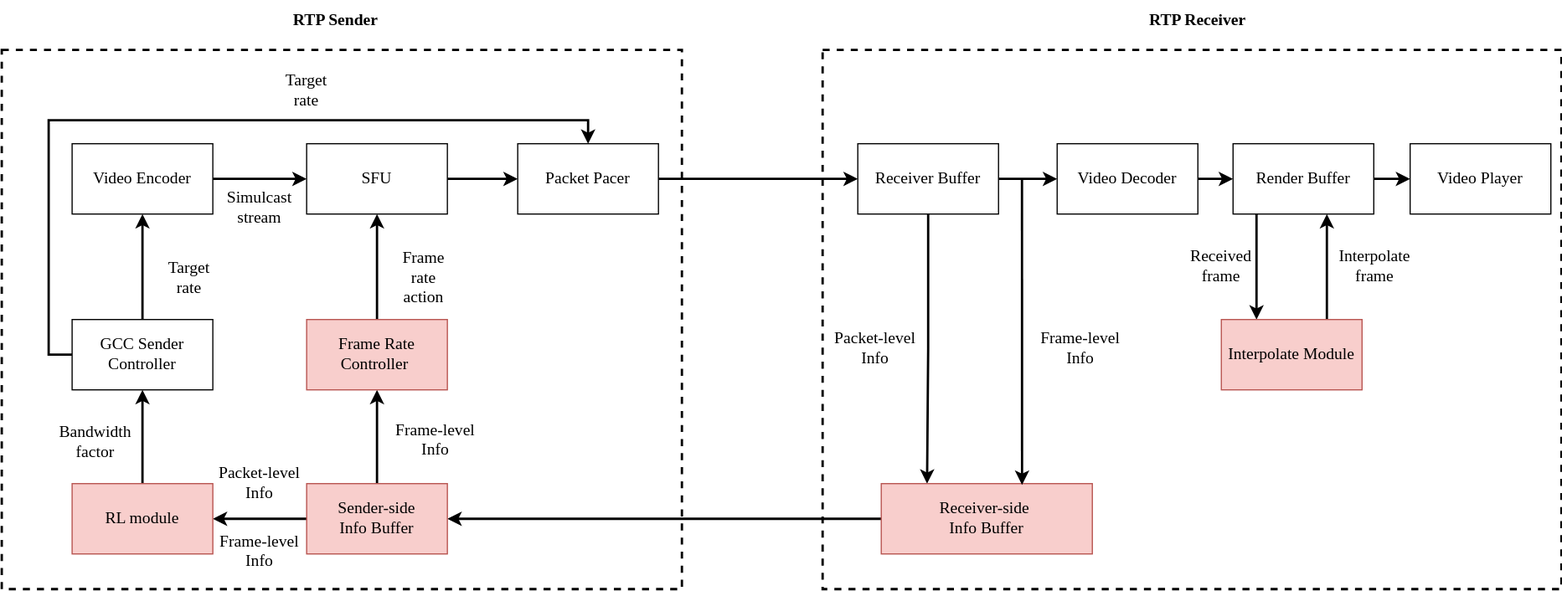
Before: system.drawio.svg, a diagram exported from draw.io (xiaosayin/c-educoder). Source tidied: cells renumbered, new cells last; positions are measured from the earlier drawing's top-left corner, leaving out a move shared by most shapes.
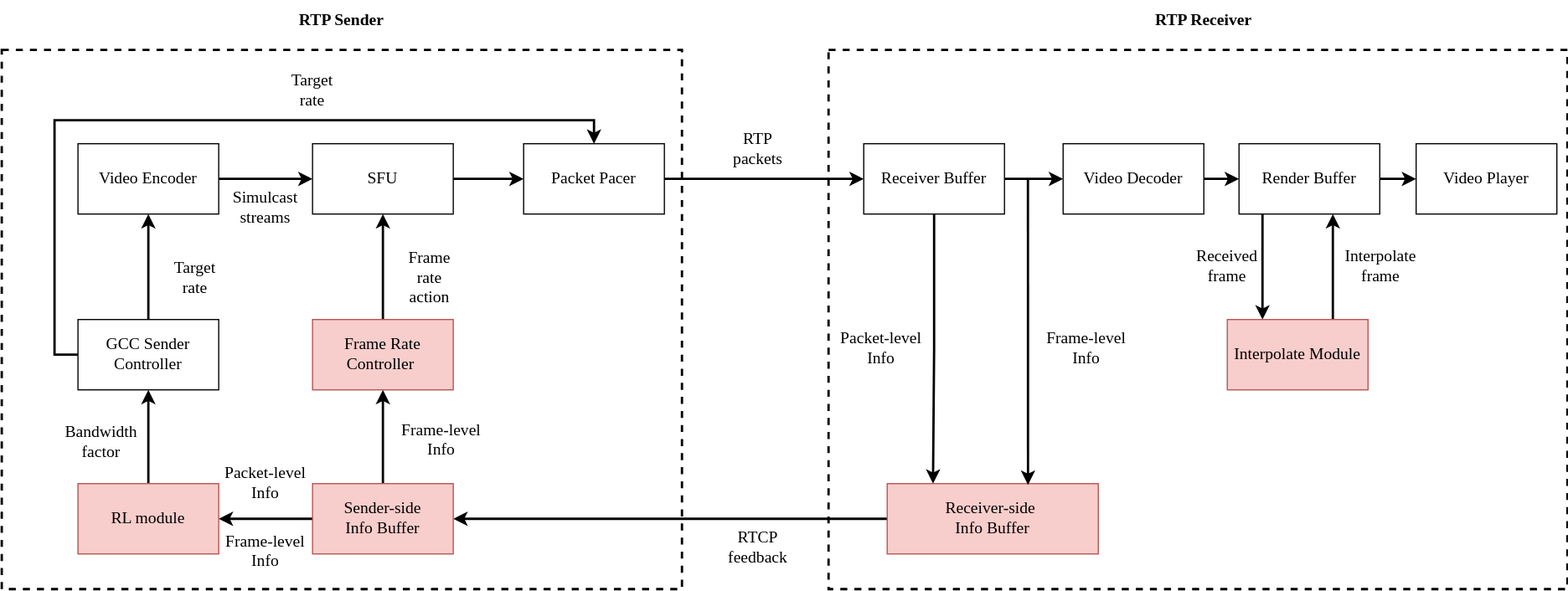
After the change.

Diff of the diagram source:
```diff
@@ -14,7 +14,7 @@
     <mxCell id="5" value="&lt;font face=&quot;Times New Roman&quot; style=&quot;font-size: 14px;&quot;&gt;SFU&lt;/font&gt;" style="rounded=0;whiteSpace=wrap;html=1;" parent="1" vertex="1">
       <mxGeometry x="260" y="120" width="120" height="60" as="geometry" />
     </mxCell>
-    <mxCell id="6" value="&lt;font style=&quot;font-size: 14px;&quot; face=&quot;Times New Roman&quot;&gt;Simulcast stream&lt;/font&gt;" style="text;html=1;strokeColor=none;fillColor=none;align=center;verticalAlign=middle;whiteSpace=wrap;rounded=0;" parent="1" vertex="1">
+    <mxCell id="6" value="&lt;font style=&quot;font-size: 14px;&quot; face=&quot;Times New Roman&quot;&gt;Simulcast streams&lt;/font&gt;" style="text;html=1;strokeColor=none;fillColor=none;align=center;verticalAlign=middle;whiteSpace=wrap;rounded=0;" parent="1" vertex="1">
       <mxGeometry x="190" y="160" width="60" height="30" as="geometry" />
     </mxCell>
     <mxCell id="7" style="edgeStyle=orthogonalEdgeStyle;rounded=0;jettySize=auto;html=1;exitX=1;exitY=0.5;exitDx=0;exitDy=0;strokeWidth=2;" parent="1" edge="1" source="8" target="11">
@@ -152,10 +152,16 @@
       <mxGeometry x="700" y="40" width="630" height="460" as="geometry" />
     </mxCell>
     <mxCell id="46" style="rounded=0;whiteSpace=wrap;html=1;dashed=1;strokeWidth=2;fontFamily=Times New Roman;fontSize=14;fillColor=none;" parent="1" vertex="1">
-      <mxGeometry y="40" width="580" height="460" as="geometry" />
+      <mxGeometry x="-5" y="40" width="580" height="460" as="geometry" />
     </mxCell>
     <mxCell id="47" value="&lt;b&gt;RTP Receiver&lt;/b&gt;" style="text;html=1;strokeColor=none;fillColor=none;align=center;verticalAlign=middle;whiteSpace=wrap;rounded=0;strokeWidth=5;fontFamily=Times New Roman;fontSize=14;" parent="1" vertex="1">
       <mxGeometry x="965" width="110" height="30" as="geometry" />
     </mxCell>
+    <mxCell id="48" value="RTP packets" style="text;html=1;strokeColor=none;fillColor=none;align=center;verticalAlign=middle;whiteSpace=wrap;rounded=0;dashed=1;strokeWidth=2;fontFamily=Times New Roman;fontSize=14;" parent="1" vertex="1">
+      <mxGeometry x="610" y="110" width="60" height="30" as="geometry" />
+    </mxCell>
+    <mxCell id="49" value="RTCP feedback" style="text;html=1;strokeColor=none;fillColor=none;align=center;verticalAlign=middle;whiteSpace=wrap;rounded=0;dashed=1;strokeWidth=2;fontFamily=Times New Roman;fontSize=14;" parent="1" vertex="1">
+      <mxGeometry x="610" y="450" width="60" height="30" as="geometry" />
+    </mxCell>
   </root>
 </mxGraphModel>
```
